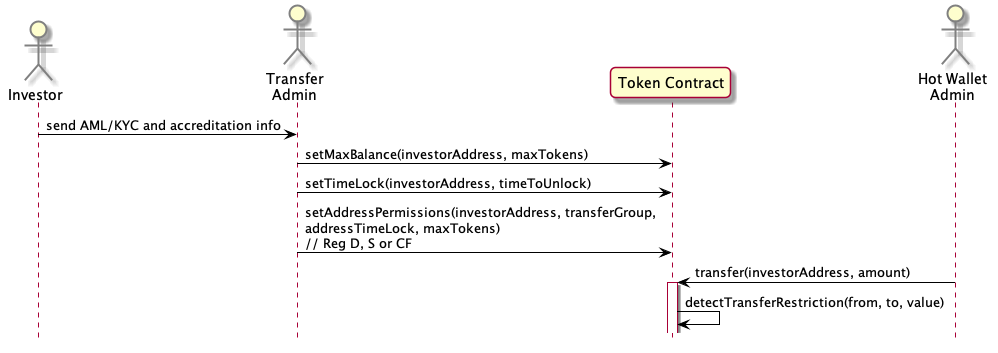
Above: diagrams/plant-uml-diagrams/basic-issuance.png in melmel27/comakery (PlantUML), before the change. Source of this version:
```plantuml
@startuml basic-issuance
hide footbox
skinparam roundcorner 10
skinparam ArrowColor black
skinparam actor {
    BorderColor gray
}
actor "Investor" as Investor
actor "Transfer\nAdmin" as TAdmin
participant "Token Contract" as Token
actor "Hot Wallet\nAdmin" as HAdmin

Investor -> TAdmin: send AML/KYC and accreditation info
TAdmin -> Token: setMaxBalance(investorAddress, maxTokens)
TAdmin -> Token: setTimeLock(investorAddress, timeToUnlock)
TAdmin -> Token: setAddressPermissions(investorAddress, transferGroup,\naddressTimeLock, maxTokens)\n// Reg D, S or CF
HAdmin -> Token: transfer(investorAddress, amount)
activate Token
Token -> Token: detectTransferRestriction(from, to, value)

@enduml
```
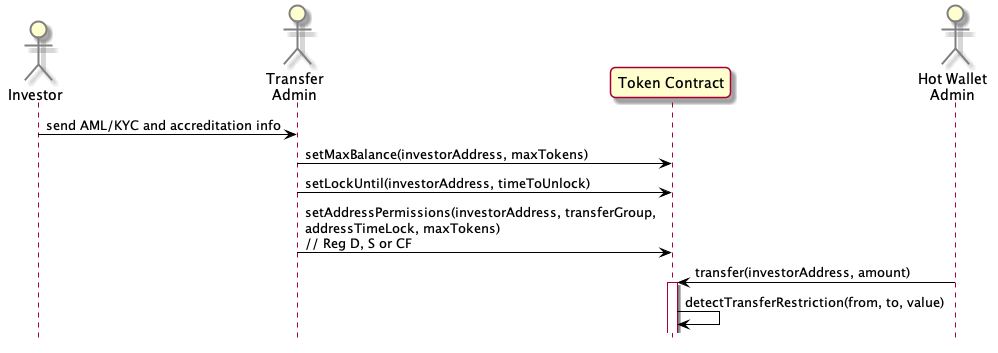
The same file after the commit.

Commit message:
add transfer restriction example diagram

What changed in the source:
```diff
@@ -12,7 +12,7 @@
 
 Investor -> TAdmin: send AML/KYC and accreditation info
 TAdmin -> Token: setMaxBalance(investorAddress, maxTokens)
-TAdmin -> Token: setTimeLock(investorAddress, timeToUnlock)
+TAdmin -> Token: setLockUntil(investorAddress, timeToUnlock)
 TAdmin -> Token: setAddressPermissions(investorAddress, transferGroup,\naddressTimeLock, maxTokens)\n// Reg D, S or CF
 HAdmin -> Token: transfer(investorAddress, amount)
 activate Token
```
